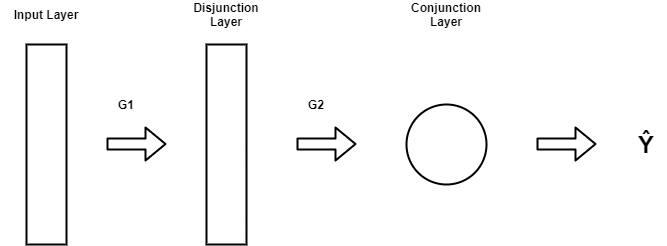
The draw.io diagram bfs-writeup/gcln.png in rrlcs/bnsynth, before a commit. Source tidied: cells renumbered, new cells last; positions are measured from the earlier drawing's top-left corner, leaving out a move shared by most shapes.
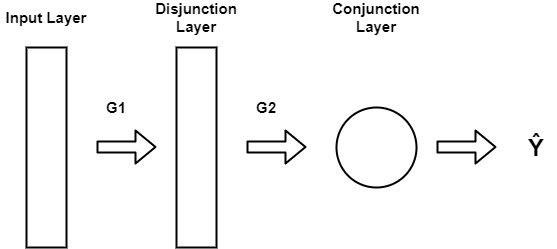
The same diagram one commit later.

Change to the diagram source:
```diff
@@ -7,45 +7,45 @@
     </mxCell>
     <mxCell id="3" style="shape=flexArrow;endArrow=classic;html=1;fontStyle=1;strokeWidth=2;" parent="1" edge="1">
       <mxGeometry relative="1" as="geometry">
-        <mxPoint x="105" y="139.5" as="sourcePoint" />
-        <mxPoint x="165" y="139.5" as="targetPoint" />
+        <mxPoint x="95" y="139.5" as="sourcePoint" />
+        <mxPoint x="155" y="139.5" as="targetPoint" />
       </mxGeometry>
     </mxCell>
     <mxCell id="4" style="rounded=0;whiteSpace=wrap;html=1;fontStyle=1;strokeWidth=2;" parent="1" vertex="1">
-      <mxGeometry x="205" y="40" width="40" height="200" as="geometry" />
+      <mxGeometry x="175" y="40" width="40" height="200" as="geometry" />
     </mxCell>
     <mxCell id="5" style="shape=flexArrow;endArrow=classic;html=1;fontStyle=1;strokeWidth=2;" parent="1" edge="1">
       <mxGeometry relative="1" as="geometry">
-        <mxPoint x="535" y="139.5" as="sourcePoint" />
-        <mxPoint x="595" y="139.5" as="targetPoint" />
+        <mxPoint x="435" y="139.5" as="sourcePoint" />
+        <mxPoint x="495" y="139.5" as="targetPoint" />
       </mxGeometry>
     </mxCell>
     <mxCell id="6" style="shape=flexArrow;endArrow=classic;html=1;fontStyle=1;strokeWidth=2;" parent="1" edge="1">
       <mxGeometry relative="1" as="geometry">
-        <mxPoint x="295" y="139.5" as="sourcePoint" />
-        <mxPoint x="355" y="139.5" as="targetPoint" />
+        <mxPoint x="245" y="139.5" as="sourcePoint" />
+        <mxPoint x="305" y="139.5" as="targetPoint" />
       </mxGeometry>
     </mxCell>
     <mxCell id="7" style="ellipse;whiteSpace=wrap;html=1;fontStyle=1;strokeWidth=2;" parent="1" vertex="1">
-      <mxGeometry x="405" y="100" width="80" height="80" as="geometry" />
+      <mxGeometry x="335" y="100" width="80" height="80" as="geometry" />
     </mxCell>
-    <mxCell id="8" value="Input Layer" style="text;html=1;strokeColor=none;fillColor=none;align=center;verticalAlign=middle;whiteSpace=wrap;rounded=0;fontStyle=1;strokeWidth=2;" parent="1" vertex="1">
-      <mxGeometry width="90" height="20" as="geometry" />
+    <mxCell id="8" value="Disjunction Layer" style="text;html=1;strokeColor=none;fillColor=none;align=center;verticalAlign=middle;whiteSpace=wrap;rounded=0;fontStyle=1;strokeWidth=2;fontSize=15;" parent="1" vertex="1">
+      <mxGeometry x="145" width="100" height="20" as="geometry" />
     </mxCell>
-    <mxCell id="9" value="Disjunction Layer" style="text;html=1;strokeColor=none;fillColor=none;align=center;verticalAlign=middle;whiteSpace=wrap;rounded=0;fontStyle=1;strokeWidth=2;" parent="1" vertex="1">
-      <mxGeometry x="175" width="100" height="20" as="geometry" />
+    <mxCell id="9" value="&lt;span style=&quot;font-family: arial, sans-serif; font-size: 24px; text-align: left; background-color: rgb(255, 255, 255);&quot;&gt;Ŷ&lt;/span&gt;" style="text;html=1;strokeColor=none;fillColor=none;align=center;verticalAlign=middle;whiteSpace=wrap;rounded=0;fontStyle=1;fontSize=24;" parent="1" vertex="1">
+      <mxGeometry x="515" y="130" width="40" height="20" as="geometry" />
     </mxCell>
-    <mxCell id="10" value="Conjunction Layer" style="text;html=1;strokeColor=none;fillColor=none;align=center;verticalAlign=middle;whiteSpace=wrap;rounded=0;fontStyle=1;strokeWidth=2;" parent="1" vertex="1">
-      <mxGeometry x="395" width="100" height="20" as="geometry" />
+    <mxCell id="10" value="G1" style="text;html=1;strokeColor=none;fillColor=none;align=center;verticalAlign=middle;whiteSpace=wrap;rounded=0;fontSize=15;fontColor=#000000;fontStyle=1;" parent="1" vertex="1">
+      <mxGeometry x="95" y="90" width="40" height="20" as="geometry" />
     </mxCell>
-    <mxCell id="11" value="&lt;span style=&quot;font-family: arial, sans-serif; font-size: 24px; text-align: left; background-color: rgb(255, 255, 255);&quot;&gt;Ŷ&lt;/span&gt;" style="text;html=1;strokeColor=none;fillColor=none;align=center;verticalAlign=middle;whiteSpace=wrap;rounded=0;fontStyle=1;fontSize=24;" parent="1" vertex="1">
-      <mxGeometry x="625" y="130" width="40" height="20" as="geometry" />
+    <mxCell id="11" value="G2" style="text;html=1;strokeColor=none;fillColor=none;align=center;verticalAlign=middle;whiteSpace=wrap;rounded=0;fontSize=15;fontColor=#000000;fontStyle=1;" parent="1" vertex="1">
+      <mxGeometry x="245" y="90" width="40" height="20" as="geometry" />
     </mxCell>
-    <mxCell id="12" value="G1" style="text;html=1;strokeColor=none;fillColor=none;align=center;verticalAlign=middle;whiteSpace=wrap;rounded=0;fontSize=12;fontColor=#000000;fontStyle=1;" parent="1" vertex="1">
-      <mxGeometry x="105" y="90" width="40" height="20" as="geometry" />
+    <mxCell id="12" value="Conjunction Layer" style="text;html=1;strokeColor=none;fillColor=none;align=center;verticalAlign=middle;whiteSpace=wrap;rounded=0;fontStyle=1;strokeWidth=2;fontSize=15;" parent="1" vertex="1">
+      <mxGeometry x="325" width="100" height="20" as="geometry" />
     </mxCell>
-    <mxCell id="13" value="G2" style="text;html=1;strokeColor=none;fillColor=none;align=center;verticalAlign=middle;whiteSpace=wrap;rounded=0;fontSize=12;fontColor=#000000;fontStyle=1;" parent="1" vertex="1">
-      <mxGeometry x="295" y="90" width="40" height="20" as="geometry" />
+    <mxCell id="13" value="Input Layer" style="text;html=1;strokeColor=none;fillColor=none;align=center;verticalAlign=middle;whiteSpace=wrap;rounded=0;fontStyle=1;strokeWidth=2;fontSize=15;" parent="1" vertex="1">
+      <mxGeometry width="90" height="20" as="geometry" />
     </mxCell>
   </root>
 </mxGraphModel>
```
